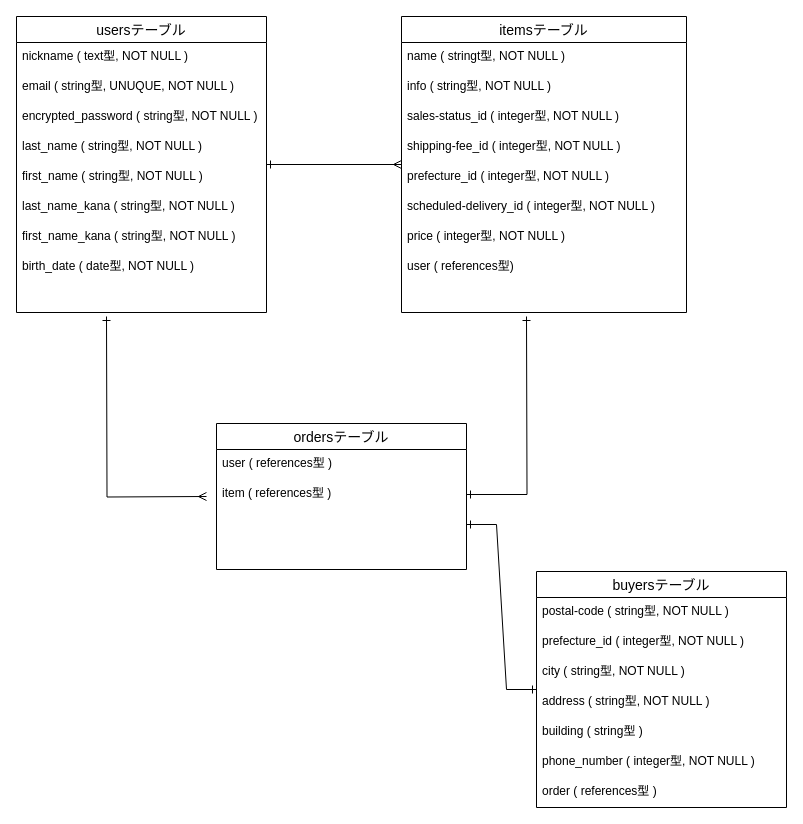
Earlier version of the draw.io diagram furima.dio (takumi-kani/furima-36551). Source tidied: cells renumbered, new cells numbered last; positions are measured from the earlier drawing's top-left corner, leaving out a move shared by most shapes. Both pictures are drawn from the tidied source at 100%, with x=0, y=0 at pixel (16, 16).
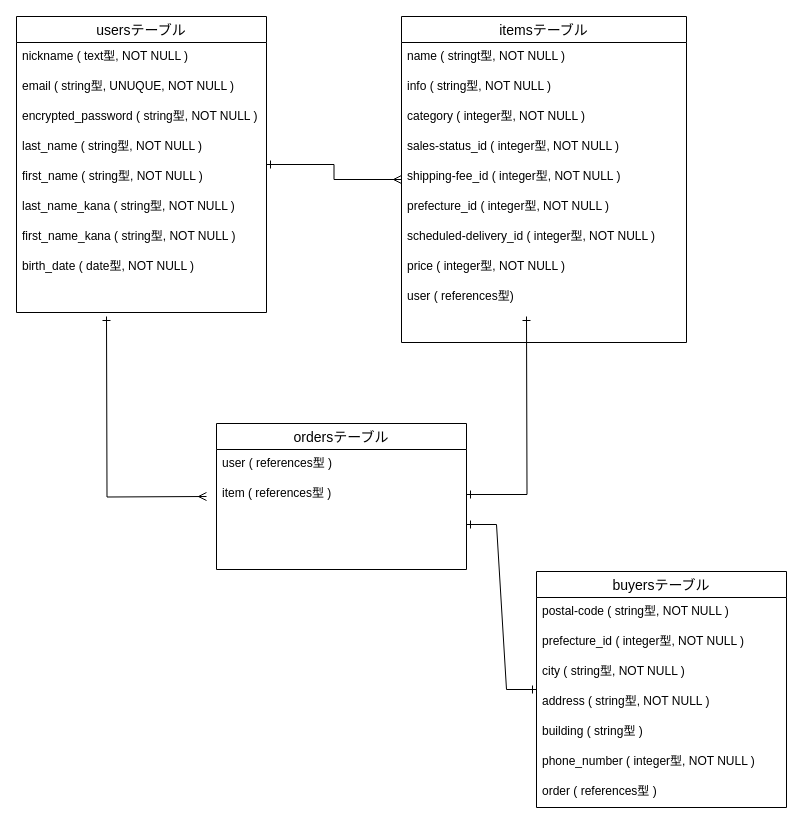
The same diagram, later.

Commit message (it also covers changes not shown here):
カラムの追加

What changed in the source:
```diff
@@
     <mxCell id="13" value="itemsテーブル" style="swimlane;fontStyle=0;horizontal=1;startSize=26;align=center;fontSize=14;" parent="1" vertex="1">
-      <mxGeometry x="385" width="285" height="296" as="geometry" />
+      <mxGeometry x="385" width="285" height="326" as="geometry" />
     </mxCell>
@@
+    <mxCell id="39" value="category ( integer型, NOT NULL )" style="text;strokeColor=none;fillColor=none;spacingLeft=4;spacingRight=4;overflow=hidden;fontSize=12;" parent="13" vertex="1">
+      <mxGeometry y="86" width="285" height="30" as="geometry" />
+    </mxCell>
     <mxCell id="16" value="sales-status_id ( integer型, NOT NULL )" style="text;strokeColor=none;fillColor=none;spacingLeft=4;spacingRight=4;overflow=hidden;fontSize=12;" parent="13" vertex="1">
-      <mxGeometry y="86" width="285" height="30" as="geometry" />
+      <mxGeometry y="116" width="285" height="30" as="geometry" />
     </mxCell>
     <mxCell id="17" value="shipping-fee_id ( integer型, NOT NULL )" style="text;strokeColor=none;fillColor=none;spacingLeft=4;spacingRight=4;overflow=hidden;fontSize=12;" parent="13" vertex="1">
-      <mxGeometry y="116" width="285" height="30" as="geometry" />
+      <mxGeometry y="146" width="285" height="30" as="geometry" />
     </mxCell>
     <mxCell id="18" value="prefecture_id ( integer型, NOT NULL )" style="text;strokeColor=none;fillColor=none;spacingLeft=4;spacingRight=4;overflow=hidden;fontSize=12;" parent="13" vertex="1">
-      <mxGeometry y="146" width="285" height="30" as="geometry" />
+      <mxGeometry y="176" width="285" height="30" as="geometry" />
     </mxCell>
     <mxCell id="19" value="scheduled-delivery_id ( integer型, NOT NULL )" style="text;strokeColor=none;fillColor=none;spacingLeft=4;spacingRight=4;overflow=hidden;fontSize=12;" parent="13" vertex="1">
-      <mxGeometry y="176" width="285" height="30" as="geometry" />
+      <mxGeometry y="206" width="285" height="30" as="geometry" />
     </mxCell>
     <mxCell id="20" value="price ( integer型, NOT NULL )" style="text;strokeColor=none;fillColor=none;spacingLeft=4;spacingRight=4;overflow=hidden;fontSize=12;" parent="13" vertex="1">
-      <mxGeometry y="206" width="285" height="30" as="geometry" />
+      <mxGeometry y="236" width="285" height="30" as="geometry" />
     </mxCell>
     <mxCell id="21" value="user ( references型)" style="text;strokeColor=none;fillColor=none;spacingLeft=4;spacingRight=4;overflow=hidden;fontSize=12;" parent="13" vertex="1">
-      <mxGeometry y="236" width="285" height="30" as="geometry" />
+      <mxGeometry y="266" width="285" height="30" as="geometry" />
     </mxCell>
     <mxCell id="22" value=" " style="text;strokeColor=none;fillColor=none;spacingLeft=4;spacingRight=4;overflow=hidden;fontSize=12;" parent="13" vertex="1">
-      <mxGeometry y="266" width="285" height="30" as="geometry" />
+      <mxGeometry y="296" width="285" height="30" as="geometry" />
     </mxCell>
```
